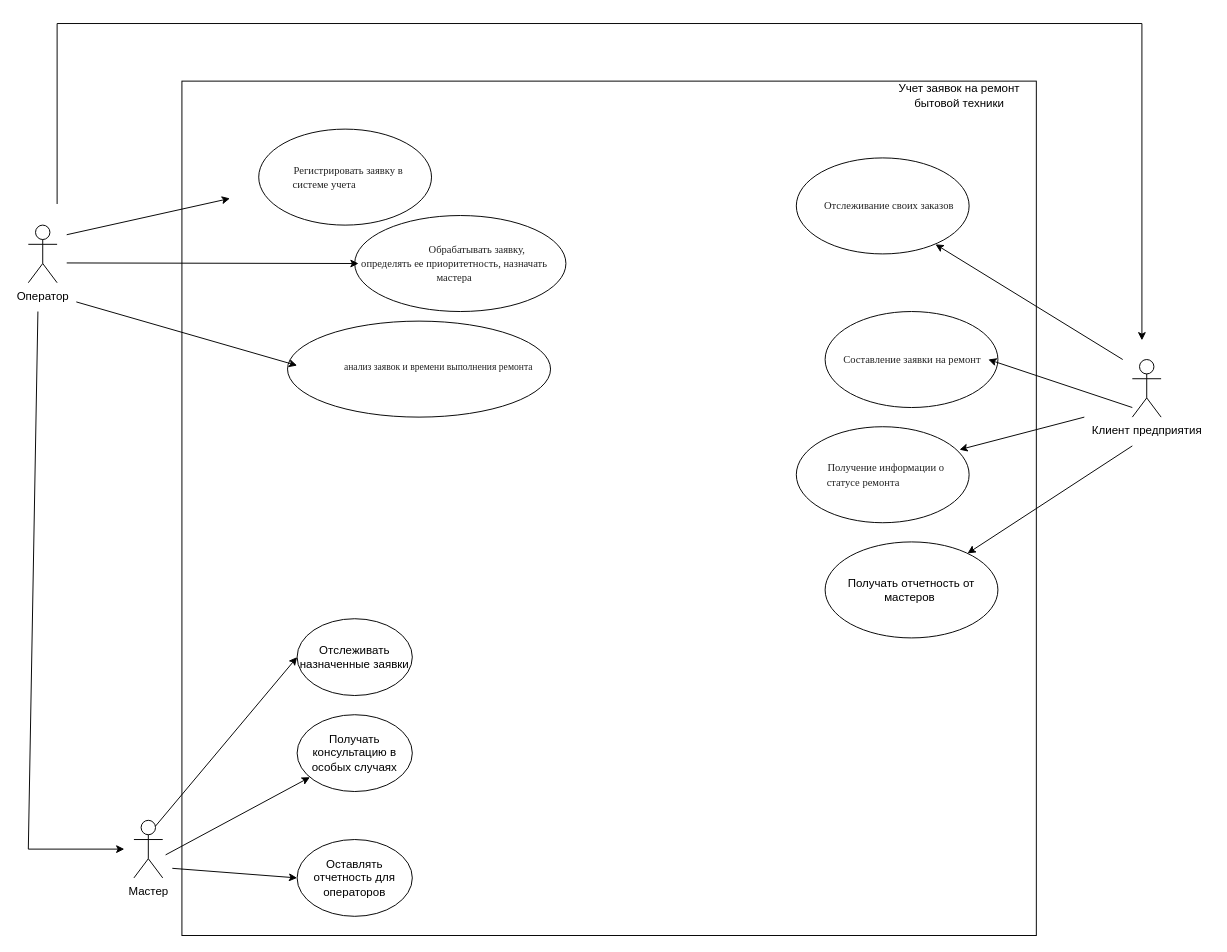
Above: page "Страница — 1" (1 of 3) of Задание 2.drawio in ghgghgghgghgghg/tetris (draw.io), before the change. Source tidied: cells renumbered, new cells numbered last; positions are measured from the earlier drawing's top-left corner, leaving out a move shared by most shapes. Both pictures are drawn from the tidied source at 96%, with x=0, y=0 at pixel (28, 23).
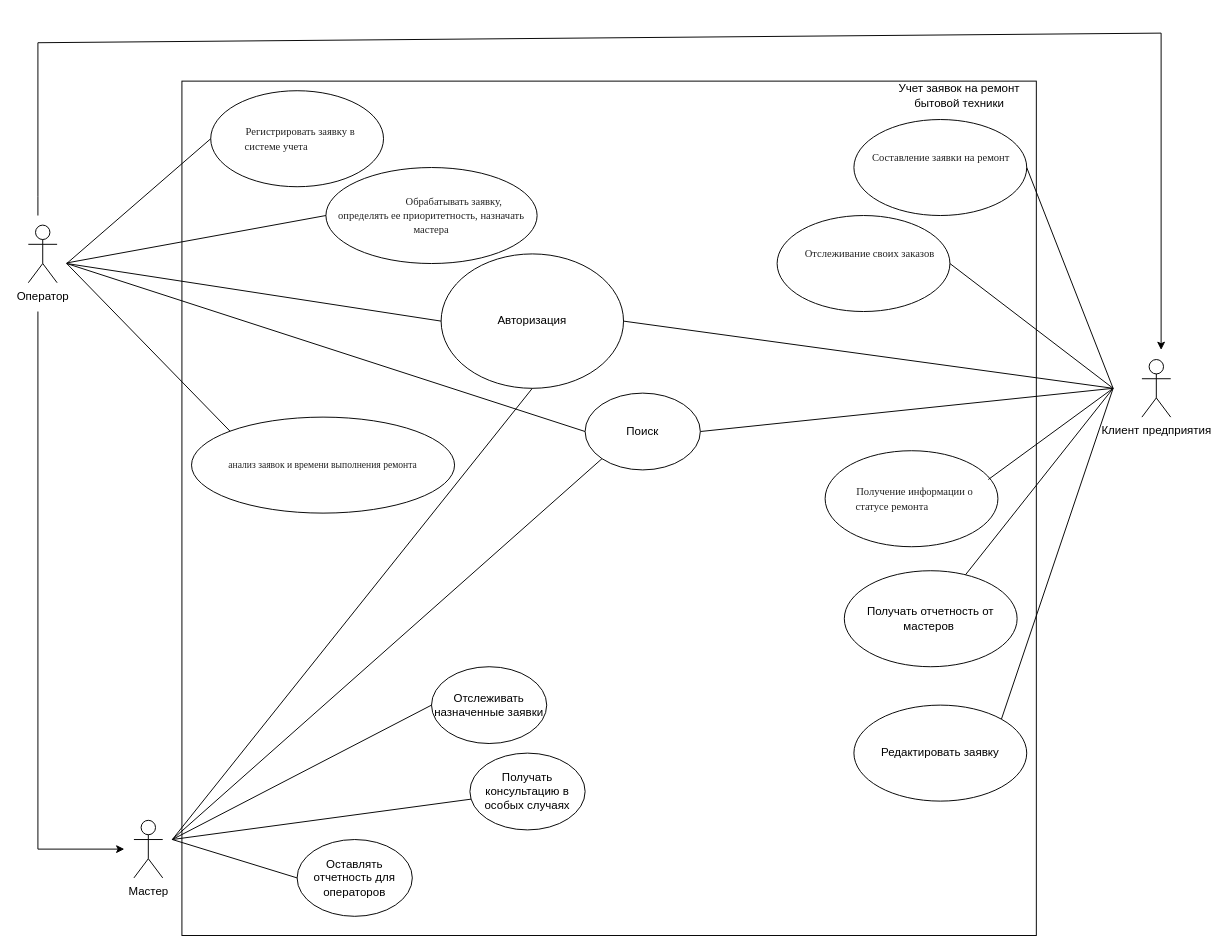
After the change.

Unchanged cells that the change refers to:
```xml
<mxCell id="4" value="Мастер" style="shape=umlActor;verticalLabelPosition=bottom;verticalAlign=top;html=1;outlineConnect=0;" parent="1" vertex="1">
  <mxGeometry x="110" y="830" width="30" height="60" as="geometry" />
</mxCell>
<mxCell id="22" value="Оставлять отчетность для операторов" style="ellipse;whiteSpace=wrap;html=1;" parent="1" vertex="1">
  <mxGeometry x="280" y="850" width="120" height="80" as="geometry" />
</mxCell>
```

Change to the diagram source:
```diff
@@
     <mxCell id="5" value="Клиент предприятия" style="shape=umlActor;verticalLabelPosition=bottom;verticalAlign=top;html=1;" parent="1" vertex="1">
-      <mxGeometry x="1150" y="350" width="30" height="60" as="geometry" />
+      <mxGeometry x="1160" y="350" width="30" height="60" as="geometry" />
     </mxCell>
     <mxCell id="6" style="ellipse;whiteSpace=wrap;html=1;" parent="1" vertex="1">
-      <mxGeometry x="800" y="140" width="180" height="100" as="geometry" />
+      <mxGeometry x="780" y="200" width="180" height="100" as="geometry" />
     </mxCell>
@@
     <mxCell id="8" value="&lt;div style=&quot;text-indent: 47.2667px;&quot;&gt;&lt;font color=&quot;#222222&quot; face=&quot;Times New Roman&quot;&gt;&lt;span style=&quot;font-size: 11px; background-color: rgb(255, 255, 255);&quot;&gt;Отслеживание своих заказов&lt;/span&gt;&lt;/font&gt;&lt;/div&gt;" style="text;html=1;align=left;verticalAlign=middle;whiteSpace=wrap;rounded=0;rotation=0;" parent="1" vertex="1">
-      <mxGeometry x="780" y="150" width="200" height="80" as="geometry" />
+      <mxGeometry x="760" y="200" width="200" height="80" as="geometry" />
     </mxCell>
     <mxCell id="9" style="ellipse;whiteSpace=wrap;html=1;" parent="1" vertex="1">
-      <mxGeometry x="830" y="300" width="180" height="100" as="geometry" />
+      <mxGeometry x="860" y="100" width="180" height="100" as="geometry" />
     </mxCell>
     <mxCell id="10" style="ellipse;whiteSpace=wrap;html=1;" parent="1" vertex="1">
-      <mxGeometry x="800" y="420" width="180" height="100" as="geometry" />
+      <mxGeometry x="830" y="445" width="180" height="100" as="geometry" />
     </mxCell>
     <mxCell id="11" value="&lt;div style=&quot;text-indent: 47.2667px;&quot;&gt;&lt;font face=&quot;Times New Roman&quot; color=&quot;#222222&quot;&gt;&lt;span style=&quot;font-size: 11px; background-color: rgb(255, 255, 255);&quot;&gt;Составление заявки на ремонт&amp;nbsp;&lt;/span&gt;&lt;/font&gt;&lt;/div&gt;" style="text;html=1;align=left;verticalAlign=middle;whiteSpace=wrap;rounded=0;rotation=0;" parent="1" vertex="1">
-      <mxGeometry x="800" y="310" width="200" height="80" as="geometry" />
+      <mxGeometry x="830" y="100" width="200" height="80" as="geometry" />
     </mxCell>
     <mxCell id="12" value="&lt;div style=&quot;text-indent: 47.2667px;&quot;&gt;&lt;font face=&quot;Times New Roman&quot; color=&quot;#222222&quot;&gt;&lt;span style=&quot;font-size: 11px; background-color: rgb(255, 255, 255);&quot;&gt;Получение информации о статусе ремонта&lt;/span&gt;&lt;/font&gt;&lt;/div&gt;" style="text;html=1;align=center;verticalAlign=middle;whiteSpace=wrap;rounded=0;rotation=0;" parent="1" vertex="1">
-      <mxGeometry x="770" y="430" width="200" height="80" as="geometry" />
+      <mxGeometry x="800" y="455" width="200" height="80" as="geometry" />
     </mxCell>
-    <mxCell id="13" style="ellipse;whiteSpace=wrap;html=1;" parent="1" vertex="1">
-      <mxGeometry x="270" y="310" width="274" height="100" as="geometry" />
+    <mxCell id="13" value="&lt;span style=&quot;color: rgb(34, 34, 34); font-family: &amp;quot;Times New Roman&amp;quot;; font-size: x-small; text-align: left; text-indent: 47.2667px; background-color: rgb(255, 255, 255);&quot;&gt;анализ заявок и времени выполнения ремонта&lt;/span&gt;" style="ellipse;whiteSpace=wrap;html=1;" parent="1" vertex="1">
+      <mxGeometry x="170" y="410" width="274" height="100" as="geometry" />
     </mxCell>
     <mxCell id="14" style="ellipse;whiteSpace=wrap;html=1;" parent="1" vertex="1">
-      <mxGeometry x="340" y="200" width="220" height="100" as="geometry" />
+      <mxGeometry x="310" y="150" width="220" height="100" as="geometry" />
     </mxCell>
     <mxCell id="15" style="ellipse;whiteSpace=wrap;html=1;" parent="1" vertex="1">
-      <mxGeometry x="240" y="110" width="180" height="100" as="geometry" />
+      <mxGeometry x="190" y="70" width="180" height="100" as="geometry" />
     </mxCell>
     <mxCell id="16" value="&lt;div style=&quot;text-indent: 47.2667px;&quot;&gt;&lt;font color=&quot;#222222&quot; face=&quot;Times New Roman&quot;&gt;&lt;span style=&quot;font-size: 11px; background-color: rgb(255, 255, 255);&quot;&gt;Регистрировать заявку в системе учета&amp;nbsp;&lt;/span&gt;&lt;/font&gt;&lt;/div&gt;" style="text;html=1;align=center;verticalAlign=middle;whiteSpace=wrap;rounded=0;rotation=0;" parent="1" vertex="1">
-      <mxGeometry x="210" y="120" width="200" height="80" as="geometry" />
+      <mxGeometry x="160" y="80" width="200" height="80" as="geometry" />
     </mxCell>
     <mxCell id="17" value="&lt;div style=&quot;text-indent: 47.2667px;&quot;&gt;&lt;font color=&quot;#222222&quot; face=&quot;Times New Roman&quot;&gt;&lt;span style=&quot;font-size: 11px; background-color: rgb(255, 255, 255);&quot;&gt;Обрабатывать заявку, определять ее приоритетность, назначать мастера&lt;/span&gt;&lt;/font&gt;&lt;/div&gt;" style="text;html=1;align=center;verticalAlign=middle;whiteSpace=wrap;rounded=0;rotation=0;" parent="1" vertex="1">
-      <mxGeometry x="344" y="210" width="200" height="80" as="geometry" />
+      <mxGeometry x="320" y="160" width="200" height="80" as="geometry" />
     </mxCell>
-    <mxCell id="18" value="&lt;div style=&quot;text-indent: 47.2667px;&quot;&gt;&lt;p class=&quot;MsoNormal&quot; style=&quot;margin-top: 0cm; margin-right: 11.25pt; margin-left: 0cm; text-indent: 35.45pt; line-height: 150%; background: white; vertical-align: baseline;&quot;&gt;&lt;font size=&quot;1&quot; face=&quot;Times New Roman&quot; color=&quot;#222222&quot;&gt;анализ заявок и времени выполнения ремонта&lt;/font&gt;&lt;/p&gt;&lt;/div&gt;" style="text;html=1;align=left;verticalAlign=middle;whiteSpace=wrap;rounded=0;rotation=0;" parent="1" vertex="1">
-      <mxGeometry x="280" y="350" width="270" height="25" as="geometry" />
-    </mxCell>
     <mxCell id="19" value="Получать отчетность от мастеров&amp;nbsp;" style="ellipse;whiteSpace=wrap;html=1;" parent="1" vertex="1">
-      <mxGeometry x="830" y="540" width="180" height="100" as="geometry" />
+      <mxGeometry x="850" y="570" width="180" height="100" as="geometry" />
     </mxCell>
     <mxCell id="20" value="Отслеживать назначенные заявки" style="ellipse;whiteSpace=wrap;html=1;" parent="1" vertex="1">
-      <mxGeometry x="280" y="620" width="120" height="80" as="geometry" />
+      <mxGeometry x="420" y="670" width="120" height="80" as="geometry" />
     </mxCell>
     <mxCell id="21" value="Получать консультацию в особых случаях" style="ellipse;whiteSpace=wrap;html=1;" parent="1" vertex="1">
-      <mxGeometry x="280" y="720" width="120" height="80" as="geometry" />
+      <mxGeometry x="460" y="760" width="120" height="80" as="geometry" />
     </mxCell>
@@
-    <mxCell id="23" style="endArrow=classic;html=1;rounded=0;" parent="1" edge="1" target="16">
+    <mxCell id="23" style="endArrow=none;html=1;rounded=0;endFill=0;entryX=0;entryY=0.5;entryDx=0;entryDy=0;" parent="1" edge="1" target="15">
       <mxGeometry relative="1" as="geometry">
-        <mxPoint x="40" y="220" as="sourcePoint" />
+        <mxPoint x="40" y="250" as="sourcePoint" />
       </mxGeometry>
     </mxCell>
-    <mxCell id="24" style="endArrow=classic;html=1;rounded=0;entryX=0;entryY=0.5;entryDx=0;entryDy=0;" parent="1" edge="1" target="17">
+    <mxCell id="24" style="endArrow=none;html=1;rounded=0;entryX=0;entryY=0.5;entryDx=0;entryDy=0;endFill=0;" parent="1" edge="1" target="14">
       <mxGeometry relative="1" as="geometry">
         <mxPoint x="40" y="249.4" as="sourcePoint" />
       </mxGeometry>
     </mxCell>
-    <mxCell id="25" style="endArrow=classic;html=1;rounded=0;entryX=0;entryY=0.25;entryDx=0;entryDy=0;" parent="1" edge="1" target="18">
+    <mxCell id="25" style="endArrow=none;html=1;rounded=0;entryX=0;entryY=0;entryDx=0;entryDy=0;endFill=0;" parent="1" edge="1" target="13">
       <mxGeometry relative="1" as="geometry">
-        <mxPoint x="50" y="290" as="sourcePoint" />
+        <mxPoint x="40" y="250" as="sourcePoint" />
       </mxGeometry>
     </mxCell>
-    <mxCell id="26" style="endArrow=classic;html=1;rounded=0;" parent="1" edge="1" target="8">
+    <mxCell id="26" style="endArrow=none;html=1;rounded=0;endFill=0;entryX=1;entryY=0.5;entryDx=0;entryDy=0;" parent="1" edge="1" target="6">
       <mxGeometry relative="1" as="geometry">
-        <mxPoint x="1140" y="350" as="sourcePoint" />
+        <mxPoint x="1130" y="380" as="sourcePoint" />
       </mxGeometry>
     </mxCell>
-    <mxCell id="27" style="endArrow=classic;html=1;rounded=0;entryX=1;entryY=0.5;entryDx=0;entryDy=0;" parent="1" edge="1" target="11">
+    <mxCell id="27" style="endArrow=none;html=1;rounded=0;endFill=0;entryX=1;entryY=0.5;entryDx=0;entryDy=0;" parent="1" edge="1" target="9">
       <mxGeometry relative="1" as="geometry">
-        <mxPoint x="1150" y="400" as="sourcePoint" />
+        <mxPoint x="1130" y="380" as="sourcePoint" />
       </mxGeometry>
     </mxCell>
-    <mxCell id="28" style="endArrow=classic;html=1;rounded=0;" parent="1" edge="1" target="12">
+    <mxCell id="28" style="endArrow=none;html=1;rounded=0;endFill=0;entryX=1;entryY=0.25;entryDx=0;entryDy=0;" parent="1" edge="1" target="12">
       <mxGeometry relative="1" as="geometry">
-        <mxPoint x="1100" y="410" as="sourcePoint" />
+        <mxPoint x="1130" y="380" as="sourcePoint" />
       </mxGeometry>
     </mxCell>
-    <mxCell id="29" style="endArrow=classic;html=1;rounded=0;" parent="1" edge="1" target="19">
+    <mxCell id="29" style="endArrow=none;html=1;rounded=0;endFill=0;" parent="1" edge="1" target="19">
       <mxGeometry relative="1" as="geometry">
-        <mxPoint x="1150" y="440" as="sourcePoint" />
+        <mxPoint x="1130" y="380" as="sourcePoint" />
       </mxGeometry>
     </mxCell>
-    <mxCell id="30" style="endArrow=classic;html=1;rounded=0;entryX=0;entryY=0.5;entryDx=0;entryDy=0;exitX=0.75;exitY=0.1;exitDx=0;exitDy=0;exitPerimeter=0;" parent="1" edge="1" source="4" target="20">
-      <mxGeometry relative="1" as="geometry" />
+    <mxCell id="30" style="endArrow=none;html=1;rounded=0;entryX=0;entryY=0.5;entryDx=0;entryDy=0;endFill=0;" parent="1" edge="1" target="20">
+      <mxGeometry relative="1" as="geometry">
+        <mxPoint x="150" y="850" as="sourcePoint" />
+      </mxGeometry>
     </mxCell>
-    <mxCell id="31" style="endArrow=classic;html=1;rounded=0;exitX=0.75;exitY=0.1;exitDx=0;exitDy=0;exitPerimeter=0;" parent="1" edge="1" target="21">
+    <mxCell id="31" style="endArrow=none;html=1;rounded=0;endFill=0;" parent="1" edge="1" target="21">
       <mxGeometry relative="1" as="geometry">
-        <mxPoint x="143" y="866" as="sourcePoint" />
+        <mxPoint x="150" y="850" as="sourcePoint" />
       </mxGeometry>
     </mxCell>
-    <mxCell id="32" style="endArrow=classic;html=1;rounded=0;entryX=0;entryY=0.5;entryDx=0;entryDy=0;" parent="1" edge="1" target="22">
+    <mxCell id="32" style="endArrow=none;html=1;rounded=0;entryX=0;entryY=0.5;entryDx=0;entryDy=0;endFill=0;" parent="1" edge="1" target="22">
       <mxGeometry relative="1" as="geometry">
-        <mxPoint x="150" y="880" as="sourcePoint" />
+        <mxPoint x="150" y="850" as="sourcePoint" />
       </mxGeometry>
     </mxCell>
-    <mxCell id="33" style="endArrow=classic;html=1;rounded=0;" parent="1" edge="1">
+    <mxCell id="33" style="endArrow=classic;html=1;rounded=0;endFill=1;" parent="1" edge="1">
       <mxGeometry relative="1" as="geometry">
         <mxPoint x="10" y="300" as="sourcePoint" />
         <mxPoint x="100" y="860" as="targetPoint" />
         <Array as="points">
-          <mxPoint y="860" />
+          <mxPoint x="10" y="860" />
         </Array>
       </mxGeometry>
     </mxCell>
-    <mxCell id="34" style="endArrow=classic;html=1;rounded=0;" parent="1" edge="1">
+    <mxCell id="34" style="endArrow=classic;html=1;rounded=0;endFill=1;" parent="1" edge="1">
       <mxGeometry relative="1" as="geometry">
-        <mxPoint x="30" y="188" as="sourcePoint" />
-        <mxPoint x="1160" y="330" as="targetPoint" />
+        <mxPoint x="10" y="200" as="sourcePoint" />
+        <mxPoint x="1180" y="340" as="targetPoint" />
         <Array as="points">
-          <mxPoint x="30" />
-          <mxPoint x="1160" />
+          <mxPoint x="10" y="180" />
+          <mxPoint x="10" y="20" />
+          <mxPoint x="1180" y="10" />
         </Array>
       </mxGeometry>
     </mxCell>
+    <mxCell id="35" value="Авторизация" style="ellipse;whiteSpace=wrap;html=1;" parent="1" vertex="1">
+      <mxGeometry x="430" y="240" width="190" height="140" as="geometry" />
+    </mxCell>
+    <mxCell id="36" style="endArrow=none;html=1;rounded=0;endFill=0;entryX=0;entryY=0.5;entryDx=0;entryDy=0;" parent="1" edge="1" target="35">
+      <mxGeometry relative="1" as="geometry">
+        <mxPoint x="40" y="250" as="sourcePoint" />
+      </mxGeometry>
+    </mxCell>
+    <mxCell id="37" style="endArrow=none;html=1;rounded=0;endFill=0;entryX=1;entryY=0.5;entryDx=0;entryDy=0;" parent="1" edge="1" target="35">
+      <mxGeometry relative="1" as="geometry">
+        <mxPoint x="1130" y="380" as="sourcePoint" />
+      </mxGeometry>
+    </mxCell>
+    <mxCell id="38" style="endArrow=none;html=1;rounded=0;entryX=0.5;entryY=1;entryDx=0;entryDy=0;endFill=0;" parent="1" edge="1" target="35">
+      <mxGeometry relative="1" as="geometry">
+        <mxPoint x="150" y="850" as="sourcePoint" />
+      </mxGeometry>
+    </mxCell>
+    <mxCell id="39" value="Редактировать заявку" style="ellipse;whiteSpace=wrap;html=1;" parent="1" vertex="1">
+      <mxGeometry x="860" y="710" width="180" height="100" as="geometry" />
+    </mxCell>
+    <mxCell id="40" style="endArrow=none;html=1;rounded=0;endFill=0;entryX=1;entryY=0;entryDx=0;entryDy=0;" parent="1" edge="1" target="39">
+      <mxGeometry relative="1" as="geometry">
+        <mxPoint x="1130" y="380" as="sourcePoint" />
+      </mxGeometry>
+    </mxCell>
+    <mxCell id="41" style="rounded=0;jettySize=auto;html=1;exitX=1;exitY=0.5;exitDx=0;exitDy=0;endArrow=none;endFill=0;" parent="1" edge="1" source="44">
+      <mxGeometry relative="1" as="geometry">
+        <mxPoint x="1130" y="380" as="targetPoint" />
+      </mxGeometry>
+    </mxCell>
+    <mxCell id="42" style="rounded=0;jettySize=auto;html=1;exitX=0;exitY=1;exitDx=0;exitDy=0;endArrow=none;endFill=0;" parent="1" edge="1" source="44">
+      <mxGeometry relative="1" as="geometry">
+        <mxPoint x="150" y="850" as="targetPoint" />
+      </mxGeometry>
+    </mxCell>
+    <mxCell id="43" style="rounded=0;jettySize=auto;html=1;exitX=0;exitY=0.5;exitDx=0;exitDy=0;endArrow=none;endFill=0;" parent="1" edge="1" source="44">
+      <mxGeometry relative="1" as="geometry">
+        <mxPoint x="40" y="250" as="targetPoint" />
+      </mxGeometry>
+    </mxCell>
+    <mxCell id="44" value="Поиск" style="ellipse;whiteSpace=wrap;html=1;" parent="1" vertex="1">
+      <mxGeometry x="580" y="385" width="120" height="80" as="geometry" />
+    </mxCell>
```
